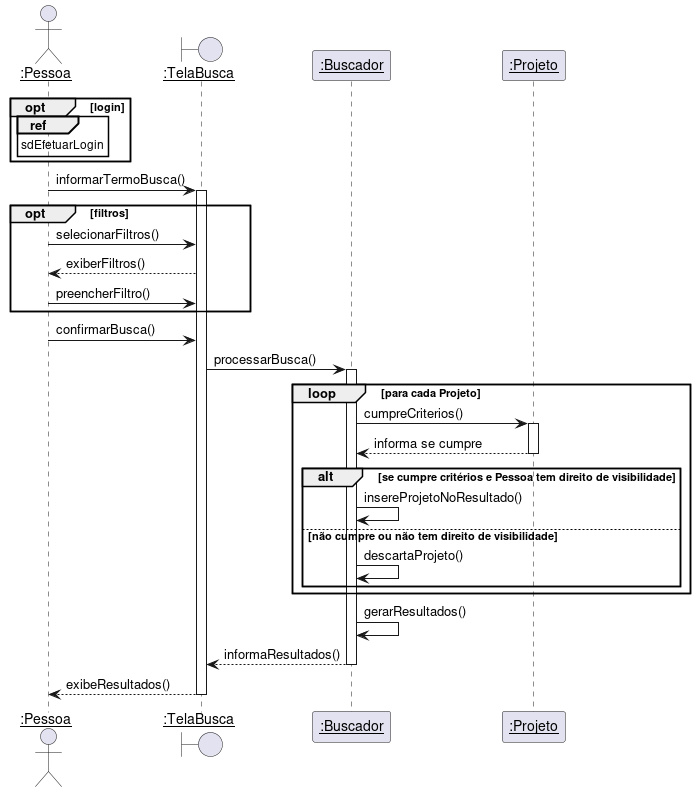
Pedro-V/projetorium keeps this PlantUML diagram as diagramas/sequencia/consultar_projeto.png. Above is the earlier version.
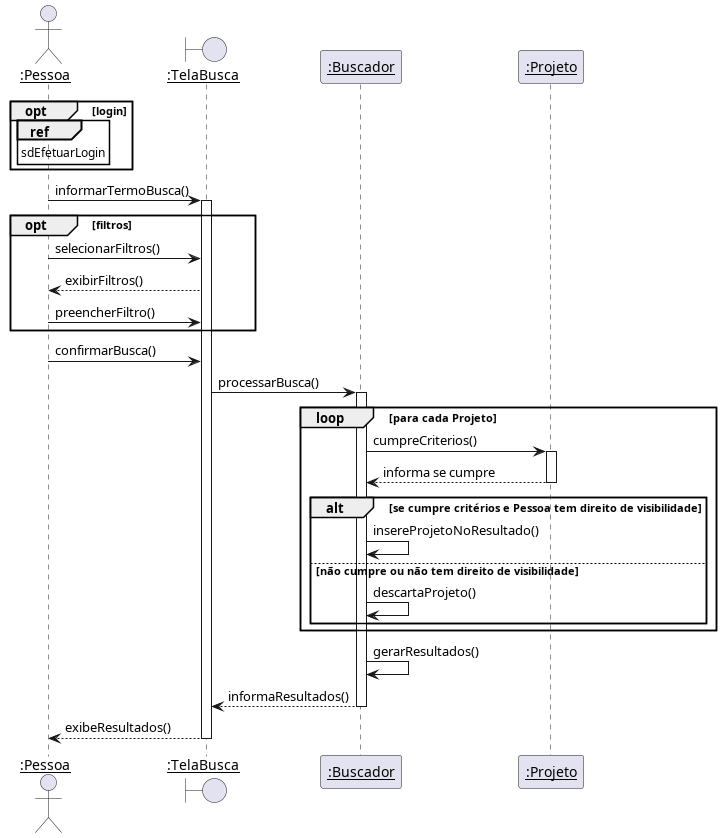
The same diagram one commit later.

Commit message:
Corrigida ortografia diagrama de sequencia

Diff of the diagram source:
```diff
@@ -12,7 +12,7 @@
 Pessoa -> TelaBusca ++: informarTermoBusca()
 opt filtros
     Pessoa -> TelaBusca : selecionarFiltros()
-    TelaBusca --> Pessoa : exiberFiltros()
+    TelaBusca --> Pessoa : exibirFiltros()
     Pessoa -> TelaBusca : preencherFiltro()
 end
 Pessoa -> TelaBusca : confirmarBusca()
```
